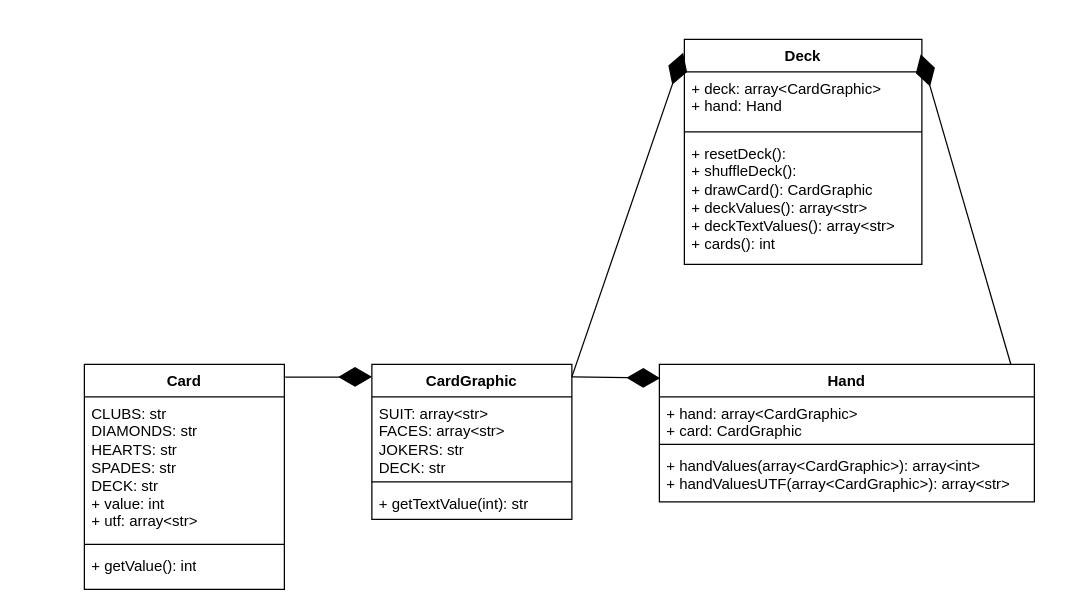
dougherty-dev/mvc keeps this draw.io diagram as card.drawio. Above is the earlier version. Source tidied: cells renumbered, new cells numbered last; positions are measured from the earlier drawing's top-left corner, leaving out a move shared by most shapes. Both pictures are drawn from the tidied source at 125%, with x=0, y=0 at pixel (84, 39).
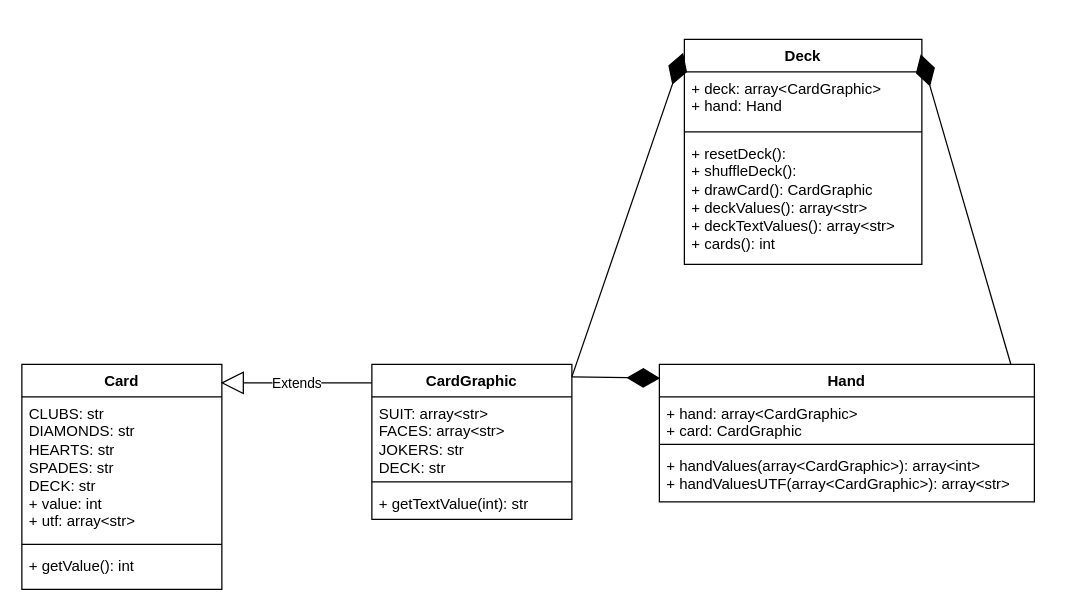
Above is the later version.

The change refers to these unchanged cells:
```xml
<mxCell id="6" value="CardGraphic" style="swimlane;fontStyle=1;align=center;verticalAlign=top;horizontal=1;startSize=26;whiteSpace=wrap;html=1;" parent="1" vertex="1">
  <mxGeometry x="230" y="260" width="160" height="124" as="geometry" />
</mxCell>
```

Diff of the diagram source:
```diff
@@
     <mxCell id="2" value="Card" style="swimlane;fontStyle=1;align=center;verticalAlign=top;horizontal=1;startSize=26;whiteSpace=wrap;html=1;" parent="1" vertex="1">
-      <mxGeometry y="260" width="160" height="180" as="geometry" />
+      <mxGeometry x="-50" y="260" width="160" height="180" as="geometry" />
     </mxCell>
@@
-    <mxCell id="10" style="endArrow=diamondThin;endFill=1;endSize=24;html=1;rounded=0;exitX=1.004;exitY=0.057;exitDx=0;exitDy=0;exitPerimeter=0;" parent="1" edge="1" source="2">
-      <mxGeometry relative="1" as="geometry">
-        <mxPoint x="230" y="270" as="targetPoint" />
-      </mxGeometry>
-    </mxCell>
@@
+    <mxCell id="22" value="Extends" style="endArrow=block;endSize=16;endFill=0;html=1;rounded=0;exitX=0;exitY=0.119;exitDx=0;exitDy=0;exitPerimeter=0;entryX=0.994;entryY=0.082;entryDx=0;entryDy=0;entryPerimeter=0;" parent="1" edge="1" source="6" target="2">
+      <mxGeometry relative="1" as="geometry" />
+    </mxCell>
```
